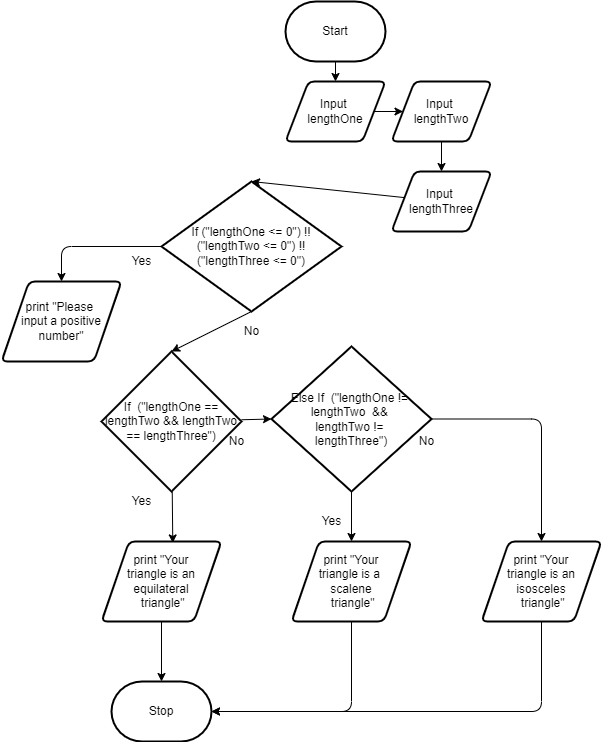
Above: design/flowchart.png in marshall-demars/ICS20-Unit5-05-JS (draw.io), before the change. Source tidied: cells renumbered, new cells last; positions are measured from the earlier drawing's top-left corner, leaving out a move shared by most shapes.
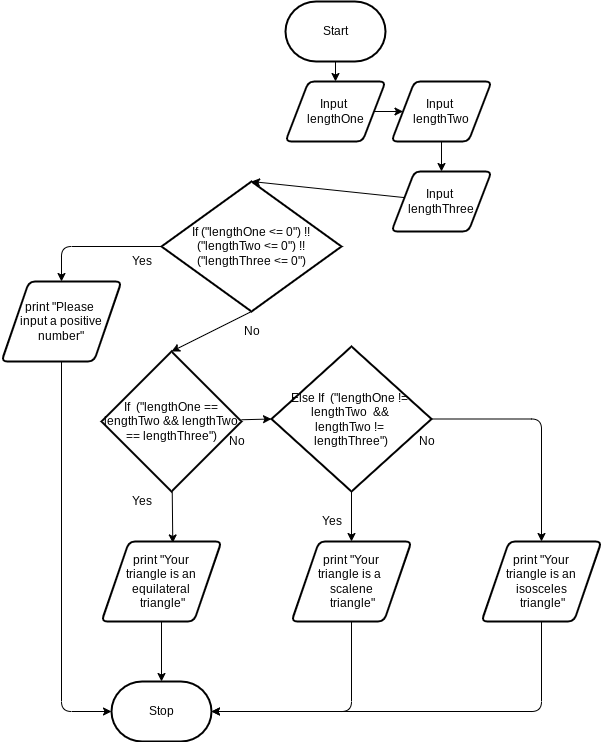
After the commit.

The edit, as a diff of the source:
```diff
@@ -100,6 +100,9 @@
     <mxCell id="31" value="Yes" style="text;html=1;align=center;verticalAlign=middle;strokeColor=none;fillColor=none;" parent="1" vertex="1">
       <mxGeometry x="120" y="250" width="40" height="20" as="geometry" />
     </mxCell>
+    <mxCell id="33" style="edgeStyle=orthogonalEdgeStyle;html=1;entryX=0;entryY=0.5;entryDx=0;entryDy=0;entryPerimeter=0;" parent="1" edge="1" source="32" target="16">
+      <mxGeometry relative="1" as="geometry" />
+    </mxCell>
     <mxCell id="32" value="print &quot;Please &lt;br&gt;input a positive number&quot;" style="shape=parallelogram;html=1;strokeWidth=2;perimeter=parallelogramPerimeter;whiteSpace=wrap;rounded=1;arcSize=12;size=0.23;" parent="1" vertex="1">
       <mxGeometry y="280" width="120" height="80" as="geometry" />
     </mxCell>
```
